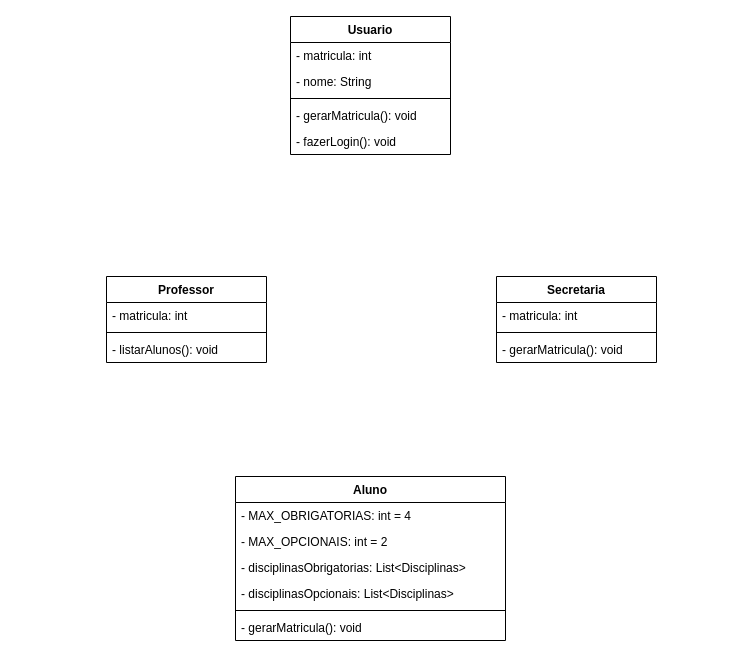
Earlier version of the draw.io diagram DIAGRAMA_CLASSE.drawio (joeyclapton/projeto). Source tidied: cells renumbered, new cells numbered last; positions are measured from the earlier drawing's top-left corner, leaving out a move shared by most shapes. Both pictures are drawn from the tidied source at 100%, with x=0, y=0 at pixel (106, 16).
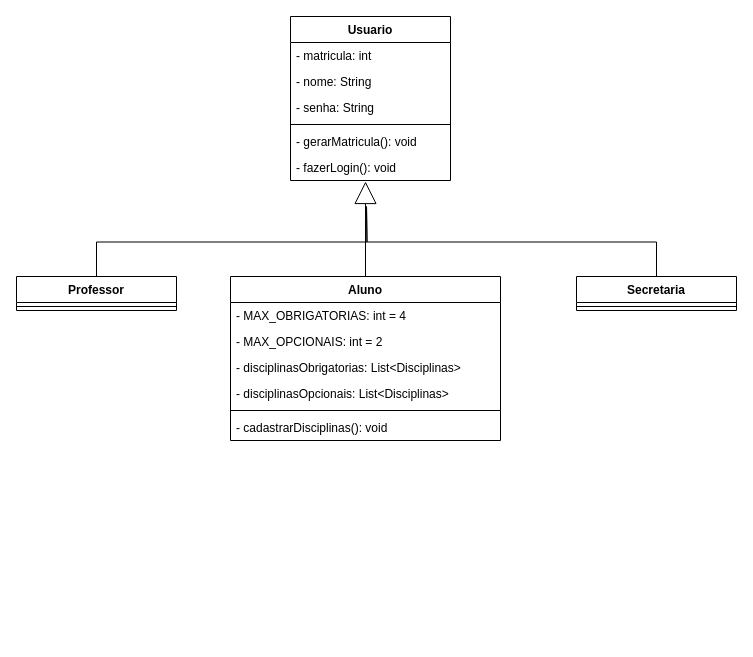
After the change.

The edit, as a diff of the source:
```diff
@@
     <mxCell id="2" value="Usuario" style="swimlane;fontStyle=1;align=center;verticalAlign=top;horizontal=1;startSize=26;" parent="1" vertex="1">
-      <mxGeometry x="184" width="160" height="138" as="geometry" />
+      <mxGeometry x="184" width="160" height="164" as="geometry" />
     </mxCell>
@@
+    <mxCell id="23" value="- senha: String" style="text;strokeColor=none;fillColor=none;align=left;verticalAlign=top;spacingLeft=4;spacingRight=4;overflow=hidden;" parent="2" vertex="1">
+      <mxGeometry y="78" width="160" height="26" as="geometry" />
+    </mxCell>
     <mxCell id="5" style="line;strokeWidth=1;fillColor=none;align=left;verticalAlign=middle;spacingTop=-1;spacingLeft=3;spacingRight=3;labelPosition=right;" parent="2" vertex="1">
-      <mxGeometry y="78" width="160" height="8" as="geometry" />
+      <mxGeometry y="104" width="160" height="8" as="geometry" />
     </mxCell>
     <mxCell id="6" value="- gerarMatricula(): void" style="text;strokeColor=none;fillColor=none;align=left;verticalAlign=top;spacingLeft=4;spacingRight=4;overflow=hidden;" parent="2" vertex="1">
-      <mxGeometry y="86" width="160" height="26" as="geometry" />
+      <mxGeometry y="112" width="160" height="26" as="geometry" />
     </mxCell>
     <mxCell id="7" value="- fazerLogin(): void" style="text;strokeColor=none;fillColor=none;align=left;verticalAlign=top;spacingLeft=4;spacingRight=4;overflow=hidden;points=[[0,0.5],[1,0.5]];portConstraint=eastwest;" parent="2" vertex="1">
-      <mxGeometry y="112" width="160" height="26" as="geometry" />
+      <mxGeometry y="138" width="160" height="26" as="geometry" />
     </mxCell>
+    <mxCell id="24" style="edgeStyle=orthogonalEdgeStyle;rounded=0;jettySize=auto;html=1;exitX=0.5;exitY=0;exitDx=0;exitDy=0;endArrow=none;endFill=0;endSize=20;strokeWidth=1;" parent="1" edge="1" source="8">
+      <mxGeometry relative="1" as="geometry">
+        <mxPoint x="260" y="190" as="targetPoint" />
+      </mxGeometry>
+    </mxCell>
     <mxCell id="8" value="Professor" style="swimlane;fontStyle=1;align=center;verticalAlign=top;horizontal=1;startSize=26;" parent="1" vertex="1">
-      <mxGeometry y="260" width="160" height="86" as="geometry" />
+      <mxGeometry x="-90" y="260" width="160" height="34" as="geometry" />
     </mxCell>
-    <mxCell id="9" value="- matricula: int" style="text;strokeColor=none;fillColor=none;align=left;verticalAlign=top;spacingLeft=4;spacingRight=4;overflow=hidden;" parent="8" vertex="1">
-      <mxGeometry y="26" width="160" height="26" as="geometry" />
-    </mxCell>
     <mxCell id="10" style="line;strokeWidth=1;fillColor=none;align=left;verticalAlign=middle;spacingTop=-1;spacingLeft=3;spacingRight=3;labelPosition=right;" parent="8" vertex="1">
-      <mxGeometry y="52" width="160" height="8" as="geometry" />
+      <mxGeometry y="26" width="160" height="8" as="geometry" />
     </mxCell>
-    <mxCell id="11" value="- listarAlunos(): void" style="text;strokeColor=none;fillColor=none;align=left;verticalAlign=top;spacingLeft=4;spacingRight=4;overflow=hidden;" parent="8" vertex="1">
-      <mxGeometry y="60" width="160" height="26" as="geometry" />
-    </mxCell>
+    <mxCell id="25" style="edgeStyle=orthogonalEdgeStyle;rounded=0;jettySize=auto;html=1;exitX=0.5;exitY=0;exitDx=0;exitDy=0;entryX=0.469;entryY=1.038;entryDx=0;entryDy=0;entryPerimeter=0;endArrow=block;endFill=0;strokeWidth=1;endSize=20;" parent="1" edge="1" source="12" target="7">
+      <mxGeometry relative="1" as="geometry" />
+    </mxCell>
     <mxCell id="12" value="Aluno" style="swimlane;fontStyle=1;align=center;verticalAlign=top;horizontal=1;startSize=26;" parent="1" vertex="1">
-      <mxGeometry x="129" y="460" width="270" height="164" as="geometry" />
+      <mxGeometry x="124" y="260" width="270" height="164" as="geometry" />
     </mxCell>
@@
-    <mxCell id="18" value="- gerarMatricula(): void" style="text;strokeColor=none;fillColor=none;align=left;verticalAlign=top;spacingLeft=4;spacingRight=4;overflow=hidden;" parent="12" vertex="1">
+    <mxCell id="18" value="- cadastrarDisciplinas(): void" style="text;strokeColor=none;fillColor=none;align=left;verticalAlign=top;spacingLeft=4;spacingRight=4;overflow=hidden;" parent="12" vertex="1">
       <mxGeometry y="138" width="270" height="26" as="geometry" />
     </mxCell>
+    <mxCell id="26" style="edgeStyle=orthogonalEdgeStyle;rounded=0;jettySize=auto;html=1;exitX=0.5;exitY=0;exitDx=0;exitDy=0;endArrow=none;endFill=0;endSize=20;strokeWidth=1;" parent="1" edge="1" source="19">
+      <mxGeometry relative="1" as="geometry">
+        <mxPoint x="260" y="190" as="targetPoint" />
+      </mxGeometry>
+    </mxCell>
     <mxCell id="19" value="Secretaria" style="swimlane;fontStyle=1;align=center;verticalAlign=top;horizontal=1;startSize=26;" parent="1" vertex="1">
-      <mxGeometry x="390" y="260" width="160" height="86" as="geometry" />
+      <mxGeometry x="470" y="260" width="160" height="34" as="geometry" />
     </mxCell>
-    <mxCell id="20" value="- matricula: int" style="text;strokeColor=none;fillColor=none;align=left;verticalAlign=top;spacingLeft=4;spacingRight=4;overflow=hidden;" parent="19" vertex="1">
-      <mxGeometry y="26" width="160" height="26" as="geometry" />
-    </mxCell>
     <mxCell id="21" style="line;strokeWidth=1;fillColor=none;align=left;verticalAlign=middle;spacingTop=-1;spacingLeft=3;spacingRight=3;labelPosition=right;" parent="19" vertex="1">
-      <mxGeometry y="52" width="160" height="8" as="geometry" />
+      <mxGeometry y="26" width="160" height="8" as="geometry" />
     </mxCell>
-    <mxCell id="22" value="- gerarMatricula(): void" style="text;strokeColor=none;fillColor=none;align=left;verticalAlign=top;spacingLeft=4;spacingRight=4;overflow=hidden;" parent="19" vertex="1">
-      <mxGeometry y="60" width="160" height="26" as="geometry" />
-    </mxCell>
```
